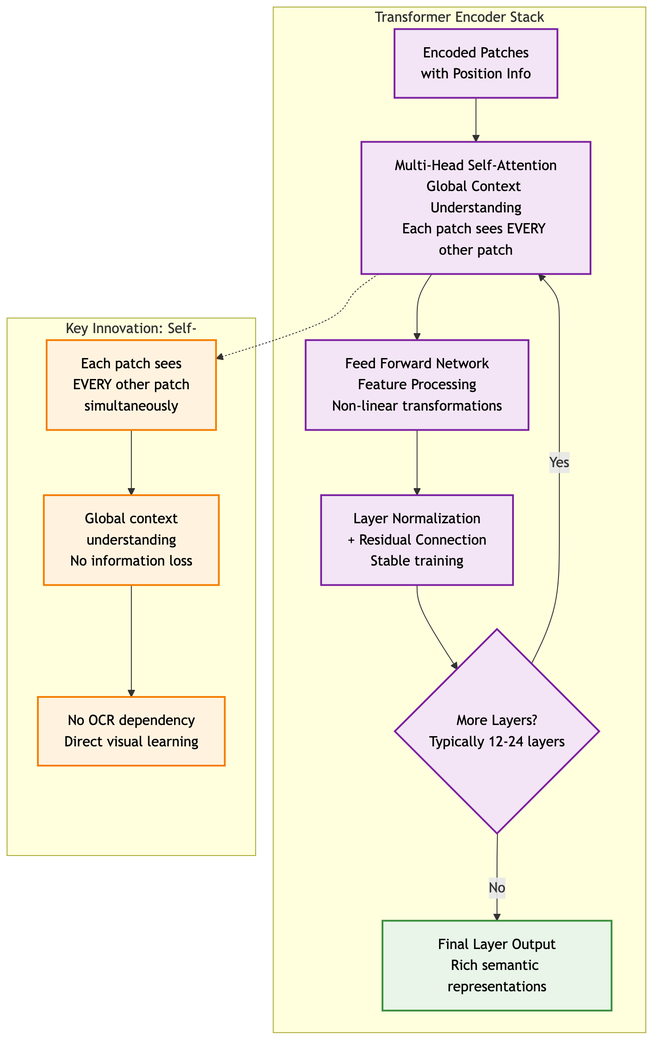
This is presentation_materials/presentation_diagrams/mermaid_exports/ViT_Transformer_Stack.png from tmnestor/unified_vision_processor_minimal, a Mermaid export, as it was before one commit. Its source is kept beside it as presentation_materials/presentation_diagrams/mermaid_exports/ViT_Transformer_Stack.mmd. Source of this version:
```mermaid
graph TB
    subgraph transformer ["Transformer Encoder Stack"]
        A[Encoded Patches<br/>with Position Info] --> B[Multi-Head Self-Attention<br/>Global Context Understanding<br/>Each patch sees EVERY other patch]
        B --> C[Feed Forward Network<br/>Feature Processing<br/>Non-linear transformations]
        C --> D[Layer Normalization<br/>+ Residual Connection<br/>Stable training]
        D --> E{More Layers?<br/>Typically 12-24 layers}
        E -->|Yes| B
        E -->|No| F[Final Layer Output<br/>Rich semantic representations]
    end

    subgraph innovation ["Key Innovation: Self-Attention"]
        G[Each patch sees<br/>EVERY other patch<br/>simultaneously]
        H[Global context<br/>understanding<br/>No information loss]
        I[No OCR dependency<br/>Direct visual learning]

        G --> H
        H --> I
    end

    B -.-> G

    classDef transformerNode fill:#f3e5f5,stroke:#7b1fa2,stroke-width:2px,color:#000
    classDef innovationNode fill:#fff3e0,stroke:#f57c00,stroke-width:2px,color:#000
    classDef outputNode fill:#e8f5e8,stroke:#388e3c,stroke-width:2px,color:#000

    class A,B,C,D,E transformerNode
    class F outputNode
    class G,H,I innovationNode
```
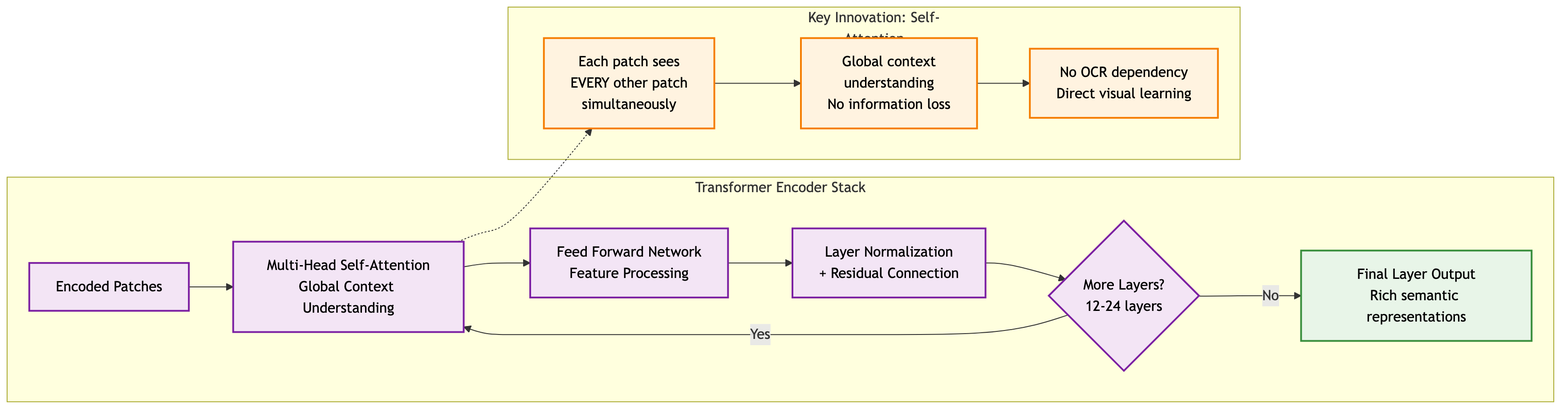
After the commit.

Commit message:
✨ feat: update ViT diagrams for input processing, language generation, and transformer stack with improved clarity and structure

Diff of the diagram source:
```diff
@@ -1,9 +1,6 @@
-graph TB
+graph LR
     subgraph transformer ["Transformer Encoder Stack"]
-        A[Encoded Patches<br/>with Position Info] --> B[Multi-Head Self-Attention<br/>Global Context Understanding<br/>Each patch sees EVERY other patch]
-        B --> C[Feed Forward Network<br/>Feature Processing<br/>Non-linear transformations]
-        C --> D[Layer Normalization<br/>+ Residual Connection<br/>Stable training]
-        D --> E{More Layers?<br/>Typically 12-24 layers}
+        A[Encoded Patches] --> B[Multi-Head Self-Attention<br/>Global Context Understanding] --> C[Feed Forward Network<br/>Feature Processing] --> D[Layer Normalization<br/>+ Residual Connection] --> E{More Layers?<br/>12-24 layers}
         E -->|Yes| B
         E -->|No| F[Final Layer Output<br/>Rich semantic representations]
     end
@@ -12,12 +9,10 @@
         G[Each patch sees<br/>EVERY other patch<br/>simultaneously]
         H[Global context<br/>understanding<br/>No information loss]
         I[No OCR dependency<br/>Direct visual learning]
-
-        G --> H
-        H --> I
     end
 
     B -.-> G
+    G --> H --> I
 
     classDef transformerNode fill:#f3e5f5,stroke:#7b1fa2,stroke-width:2px,color:#000
     classDef innovationNode fill:#fff3e0,stroke:#f57c00,stroke-width:2px,color:#000
```
